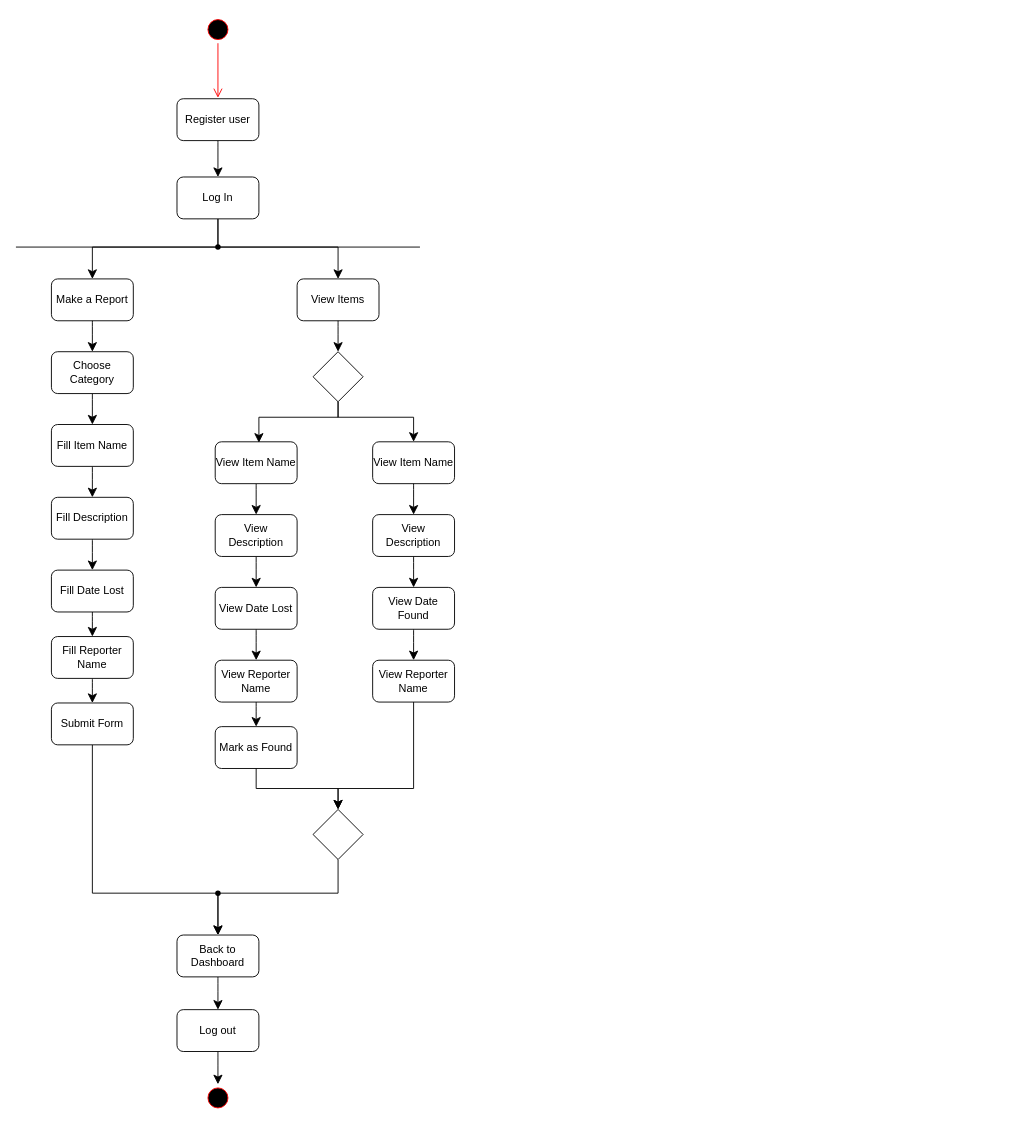
This is page "ActivityDiagram" (2 of 2) of Untitled Diagram.drawio from nurhanisahizzati/lostnfoundsystem, a draw.io file, before an edit. Source tidied: cells renumbered, new cells numbered last; positions are measured from the earlier drawing's top-left corner, leaving out a move shared by most shapes. Both pictures are drawn from the tidied source at 91%, with x=0, y=0 at pixel (15, 15).
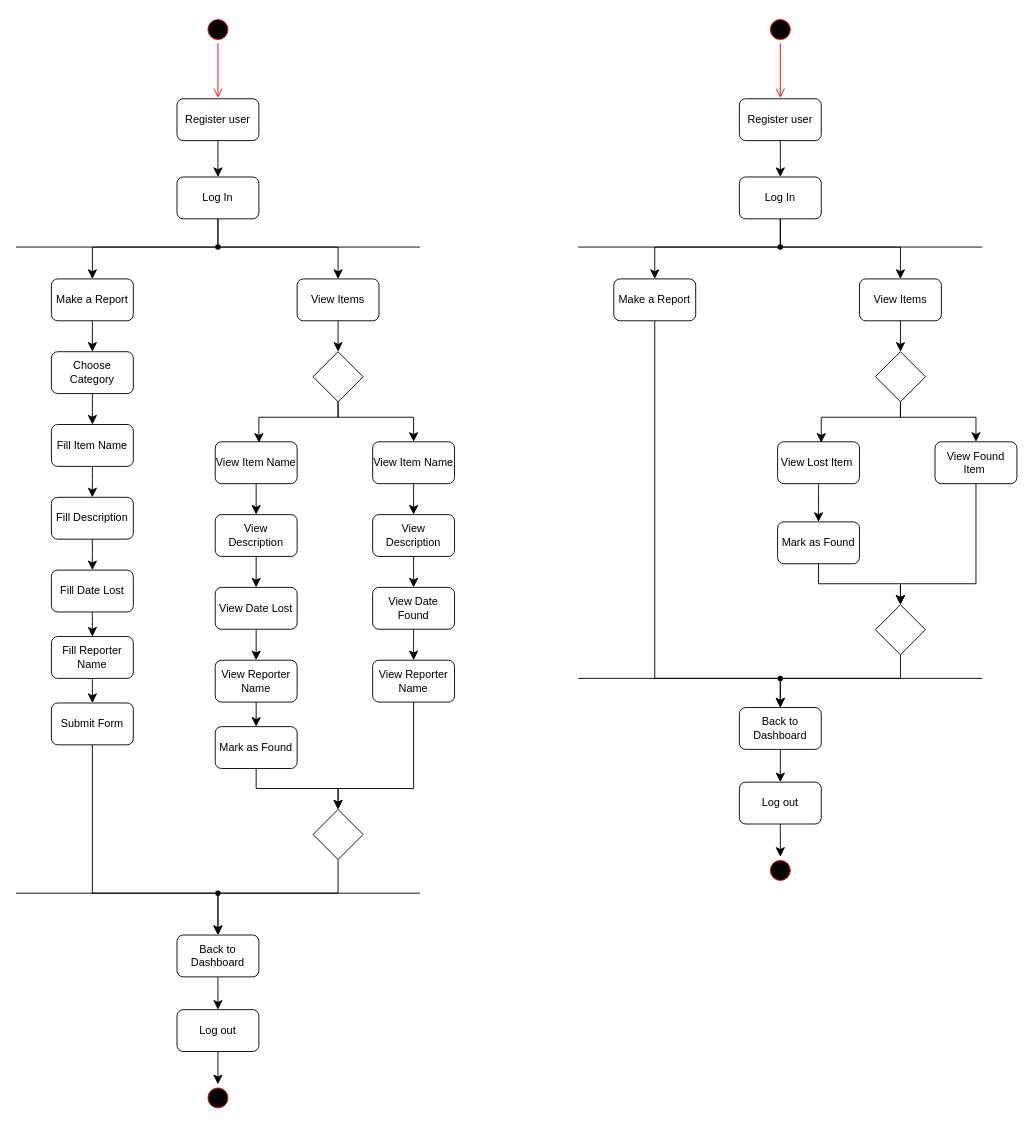
The same diagram, later.

Change to the diagram source:
```diff
@@
+    <mxCell id="56" style="ellipse;html=1;shape=startState;fillColor=#000000;strokeColor=#ff0000;" parent="1" vertex="1">
+      <mxGeometry x="825" width="30" height="30" as="geometry" />
+    </mxCell>
+    <mxCell id="57" style="edgeStyle=orthogonalEdgeStyle;html=1;verticalAlign=bottom;endArrow=open;endSize=8;strokeColor=#ff0000;rounded=0;fontSize=12;curved=1;" parent="1" edge="1" source="56">
+      <mxGeometry relative="1" as="geometry">
+        <mxPoint x="840" y="90" as="targetPoint" />
+      </mxGeometry>
+    </mxCell>
+    <mxCell id="58" style="edgeStyle=none;curved=1;rounded=0;jettySize=auto;html=1;fontSize=12;startSize=8;endSize=8;" parent="1" edge="1" source="59" target="62">
+      <mxGeometry relative="1" as="geometry" />
+    </mxCell>
+    <mxCell id="59" value="Register user" style="rounded=1;whiteSpace=wrap;html=1;" parent="1" vertex="1">
+      <mxGeometry x="795" y="91" width="90" height="46" as="geometry" />
+    </mxCell>
+    <mxCell id="60" style="edgeStyle=orthogonalEdgeStyle;rounded=0;jettySize=auto;html=1;entryX=0.5;entryY=0;entryDx=0;entryDy=0;fontSize=12;startSize=8;endSize=8;endArrow=classic;endFill=1;" parent="1" edge="1" source="62" target="64">
+      <mxGeometry relative="1" as="geometry">
+        <Array as="points">
+          <mxPoint x="840" y="254" />
+          <mxPoint x="702" y="254" />
+        </Array>
+      </mxGeometry>
+    </mxCell>
+    <mxCell id="61" style="edgeStyle=orthogonalEdgeStyle;rounded=0;jettySize=auto;html=1;entryX=0.5;entryY=0;entryDx=0;entryDy=0;fontSize=12;startSize=8;endSize=8;" parent="1" edge="1" source="62" target="65">
+      <mxGeometry relative="1" as="geometry">
+        <Array as="points">
+          <mxPoint x="840" y="254" />
+          <mxPoint x="972" y="254" />
+        </Array>
+      </mxGeometry>
+    </mxCell>
+    <mxCell id="62" value="Log In" style="rounded=1;whiteSpace=wrap;html=1;" parent="1" vertex="1">
+      <mxGeometry x="795" y="177" width="90" height="46" as="geometry" />
+    </mxCell>
+    <mxCell id="63" style="edgeStyle=orthogonalEdgeStyle;rounded=0;jettySize=auto;html=1;entryX=0.5;entryY=0;entryDx=0;entryDy=0;fontSize=12;startSize=8;endSize=8;" parent="1" edge="1" source="64" target="71">
+      <mxGeometry relative="1" as="geometry">
+        <Array as="points">
+          <mxPoint x="702" y="728" />
+          <mxPoint x="840" y="728" />
+        </Array>
+      </mxGeometry>
+    </mxCell>
+    <mxCell id="64" value="Make a Report" style="rounded=1;whiteSpace=wrap;html=1;" parent="1" vertex="1">
+      <mxGeometry x="657" y="289" width="90" height="46" as="geometry" />
+    </mxCell>
+    <mxCell id="65" value="View Items" style="rounded=1;whiteSpace=wrap;html=1;" parent="1" vertex="1">
+      <mxGeometry x="927" y="289" width="90" height="46" as="geometry" />
+    </mxCell>
+    <mxCell id="66" style="line;strokeWidth=1;fillColor=none;align=left;verticalAlign=middle;spacingTop=-1;spacingLeft=3;spacingRight=3;labelPosition=right;strokeColor=inherit;" parent="1" vertex="1">
+      <mxGeometry x="618" y="185" width="444" height="138" as="geometry" />
+    </mxCell>
+    <mxCell id="67" style="shape=waypoint;sketch=0;fillStyle=solid;size=6;fillColor=none;perimeter=centerPerimeter;" parent="1" vertex="1">
+      <mxGeometry x="830" y="244" width="20" height="20" as="geometry" />
+    </mxCell>
+    <mxCell id="68" style="strokeWidth=1;html=1;shape=mxgraph.flowchart.decision;whiteSpace=wrap;" parent="1" vertex="1">
+      <mxGeometry x="944.5" y="369" width="55" height="55" as="geometry" />
+    </mxCell>
+    <mxCell id="69" style="edgeStyle=none;curved=1;rounded=0;jettySize=auto;html=1;entryX=0.5;entryY=0;entryDx=0;entryDy=0;entryPerimeter=0;fontSize=12;startSize=8;endSize=8;" parent="1" edge="1" source="65" target="68">
+      <mxGeometry relative="1" as="geometry" />
+    </mxCell>
+    <mxCell id="70" style="edgeStyle=none;curved=1;rounded=0;jettySize=auto;html=1;fontSize=12;startSize=8;endSize=8;" parent="1" edge="1" source="71" target="84">
+      <mxGeometry relative="1" as="geometry" />
+    </mxCell>
+    <mxCell id="71" value="Back to Dashboard" style="rounded=1;whiteSpace=wrap;html=1;" parent="1" vertex="1">
+      <mxGeometry x="795" y="760" width="90" height="46" as="geometry" />
+    </mxCell>
+    <mxCell id="72" style="edgeStyle=none;curved=1;rounded=0;jettySize=auto;html=1;entryX=0.5;entryY=0;entryDx=0;entryDy=0;fontSize=12;startSize=8;endSize=8;" parent="1" edge="1" source="73" target="74">
+      <mxGeometry relative="1" as="geometry" />
+    </mxCell>
+    <mxCell id="73" value="View Lost Item&amp;nbsp;" style="rounded=1;whiteSpace=wrap;html=1;" parent="1" vertex="1">
+      <mxGeometry x="837" y="468" width="90" height="46" as="geometry" />
+    </mxCell>
+    <mxCell id="74" value="Mark as Found" style="rounded=1;whiteSpace=wrap;html=1;" parent="1" vertex="1">
+      <mxGeometry x="837" y="556" width="90" height="46" as="geometry" />
+    </mxCell>
+    <mxCell id="75" style="edgeStyle=orthogonalEdgeStyle;rounded=0;orthogonalLoop=1;jettySize=auto;html=1;entryX=0.5;entryY=0;entryDx=0;entryDy=0;fontSize=12;startSize=8;endSize=8;" parent="1" edge="1">
+      <mxGeometry relative="1" as="geometry">
+        <mxPoint x="972" y="424" as="sourcePoint" />
+        <mxPoint x="885" y="469" as="targetPoint" />
+        <Array as="points">
+          <mxPoint x="972" y="441" />
+          <mxPoint x="885" y="441" />
+        </Array>
+      </mxGeometry>
+    </mxCell>
+    <mxCell id="76" style="edgeStyle=orthogonalEdgeStyle;rounded=0;jettySize=auto;html=1;entryX=0.5;entryY=0;entryDx=0;entryDy=0;fontSize=12;startSize=8;endSize=8;" parent="1" edge="1" target="77">
+      <mxGeometry relative="1" as="geometry">
+        <mxPoint x="972" y="424" as="sourcePoint" />
+        <Array as="points">
+          <mxPoint x="972" y="441" />
+          <mxPoint x="1055" y="441" />
+        </Array>
+      </mxGeometry>
+    </mxCell>
+    <mxCell id="77" value="View Found Item&amp;nbsp;" style="rounded=1;whiteSpace=wrap;html=1;" parent="1" vertex="1">
+      <mxGeometry x="1010" y="468" width="90" height="46" as="geometry" />
+    </mxCell>
+    <mxCell id="78" style="edgeStyle=orthogonalEdgeStyle;rounded=0;jettySize=auto;html=1;entryX=0.5;entryY=0;entryDx=0;entryDy=0;fontSize=12;startSize=8;endSize=8;" parent="1" edge="1" source="79" target="71">
+      <mxGeometry relative="1" as="geometry">
+        <Array as="points">
+          <mxPoint x="972" y="728" />
+          <mxPoint x="840" y="728" />
+        </Array>
+      </mxGeometry>
+    </mxCell>
+    <mxCell id="79" style="strokeWidth=1;html=1;shape=mxgraph.flowchart.decision;whiteSpace=wrap;" parent="1" vertex="1">
+      <mxGeometry x="944.5" y="647" width="55" height="55" as="geometry" />
+    </mxCell>
+    <mxCell id="80" style="edgeStyle=orthogonalEdgeStyle;rounded=0;jettySize=auto;html=1;entryX=0.5;entryY=0;entryDx=0;entryDy=0;entryPerimeter=0;fontSize=12;startSize=8;endSize=8;" parent="1" edge="1" source="74" target="79">
+      <mxGeometry relative="1" as="geometry">
+        <Array as="points">
+          <mxPoint x="882" y="624" />
+          <mxPoint x="972" y="624" />
+        </Array>
+      </mxGeometry>
+    </mxCell>
+    <mxCell id="81" style="edgeStyle=orthogonalEdgeStyle;rounded=0;jettySize=auto;html=1;entryX=0.5;entryY=0;entryDx=0;entryDy=0;entryPerimeter=0;fontSize=12;startSize=8;endSize=8;exitX=0.5;exitY=1;exitDx=0;exitDy=0;" parent="1" edge="1" source="77" target="79">
+      <mxGeometry relative="1" as="geometry">
+        <Array as="points">
+          <mxPoint x="1055" y="624" />
+          <mxPoint x="972" y="624" />
+        </Array>
+      </mxGeometry>
+    </mxCell>
+    <mxCell id="82" style="shape=waypoint;sketch=0;fillStyle=solid;size=6;fillColor=none;perimeter=centerPerimeter;" parent="1" vertex="1">
+      <mxGeometry x="830" y="718" width="20" height="20" as="geometry" />
+    </mxCell>
+    <mxCell id="83" style="edgeStyle=none;curved=1;rounded=0;jettySize=auto;html=1;entryX=0.5;entryY=0;entryDx=0;entryDy=0;fontSize=12;startSize=8;endSize=8;" parent="1" edge="1" source="84" target="85">
+      <mxGeometry relative="1" as="geometry" />
+    </mxCell>
+    <mxCell id="84" value="Log out" style="rounded=1;whiteSpace=wrap;html=1;" parent="1" vertex="1">
+      <mxGeometry x="795" y="842" width="90" height="46" as="geometry" />
+    </mxCell>
+    <mxCell id="85" style="ellipse;html=1;shape=startState;fillColor=#000000;strokeColor=#ff0000;" parent="1" vertex="1">
+      <mxGeometry x="825" y="924" width="30" height="30" as="geometry" />
+    </mxCell>
+    <mxCell id="86" style="line;strokeWidth=1;fillColor=none;align=left;verticalAlign=middle;spacingTop=-1;spacingLeft=3;spacingRight=3;labelPosition=right;strokeColor=inherit;" parent="1" vertex="1">
+      <mxGeometry x="618" y="659" width="444" height="138" as="geometry" />
+    </mxCell>
+    <mxCell id="87" style="line;strokeWidth=1;fillColor=none;align=left;verticalAlign=middle;spacingTop=-1;spacingLeft=3;spacingRight=3;labelPosition=right;strokeColor=inherit;" parent="1" vertex="1">
+      <mxGeometry y="895" width="444" height="138" as="geometry" />
+    </mxCell>
```
